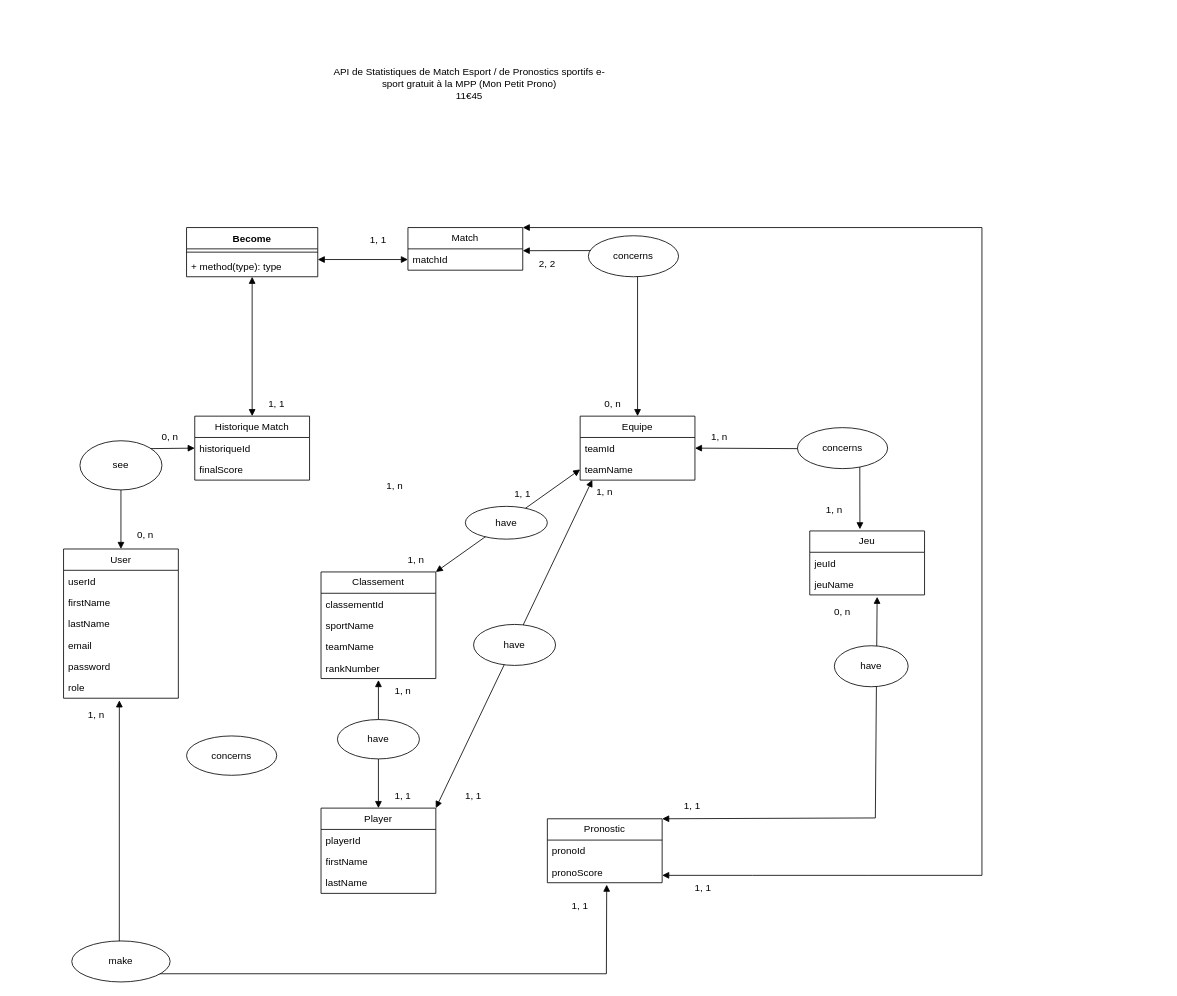
Earlier version of the draw.io diagram api/MCD API Statistiques Matchs Esport.drawio (Evan-Duval/Langage-PHP). Source tidied: cells renumbered, new cells numbered last; positions are measured from the earlier drawing's top-left corner, leaving out a move shared by most shapes. Both pictures are drawn from the tidied source at 82%, with x=0, y=0 at pixel (63, 14).
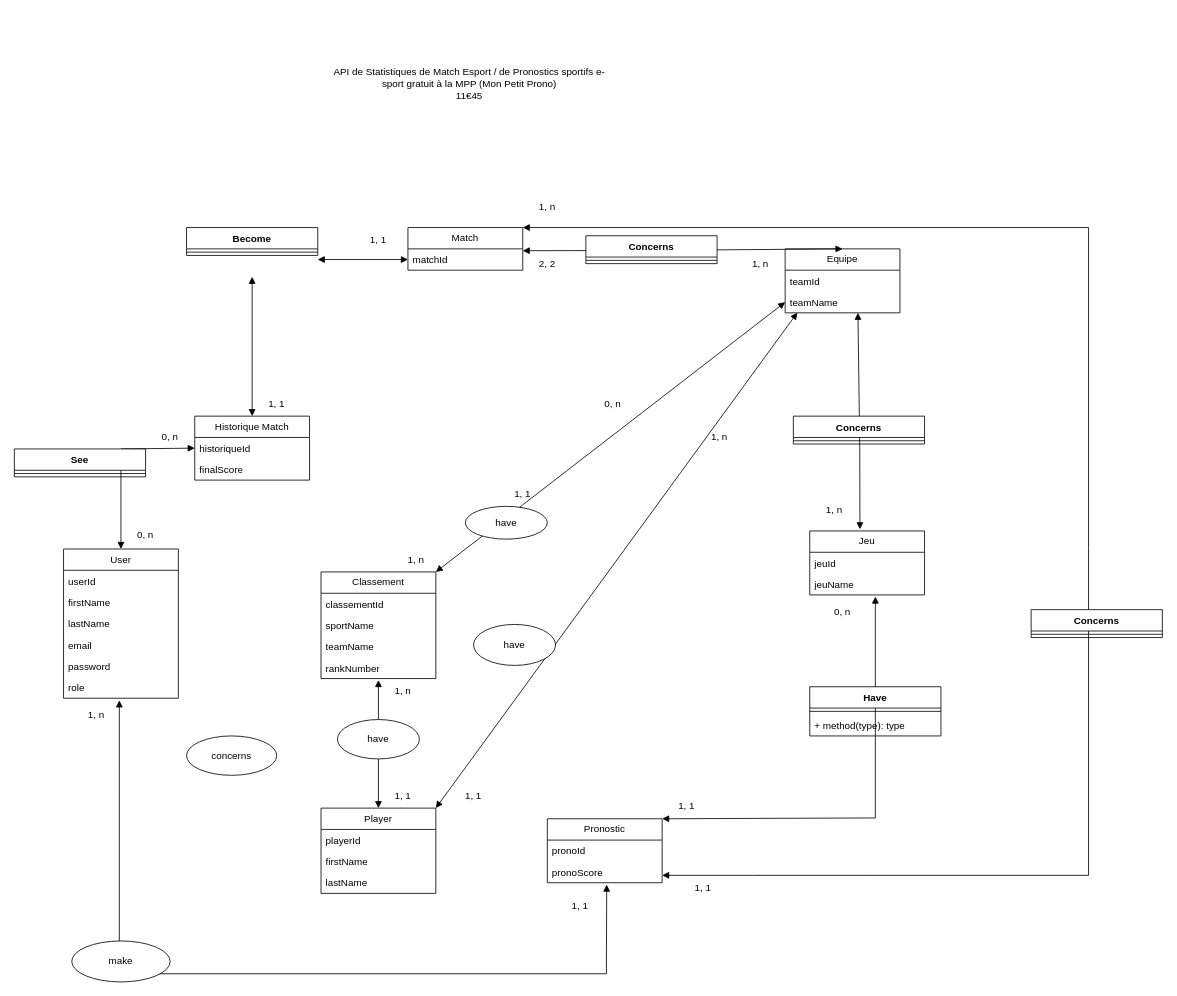
The same diagram, later.

Commit message (it also covers changes not shown here):
Mettre à jour MCD API Statistiques Matchs Esport.drawio

Unchanged cells that the change refers to:
```xml
<mxCell id="10" value="Historique Match" style="swimlane;fontStyle=0;horizontal=1;startSize=26;fillColor=none;whiteSpace=wrap;html=1;" parent="1" vertex="1">
  <mxGeometry x="160" y="490" width="140" height="78" as="geometry" />
</mxCell>
<mxCell id="18" value="Jeu" style="swimlane;fontStyle=0;horizontal=1;startSize=26;fillColor=none;whiteSpace=wrap;html=1;" parent="1" vertex="1">
  <mxGeometry x="910" y="630" width="140" height="78" as="geometry" />
</mxCell>
<mxCell id="20" value="jeuName" style="text;strokeColor=none;fillColor=none;align=left;verticalAlign=top;spacingLeft=4;spacingRight=4;overflow=hidden;points=[[0,0.5],[1,0.5]];portConstraint=eastwest;whiteSpace=wrap;html=1;" parent="18" vertex="1">
  <mxGeometry y="52" width="140" height="26" as="geometry" />
</mxCell>
<mxCell id="22" value="teamId" style="text;strokeColor=none;fillColor=none;align=left;verticalAlign=top;spacingLeft=4;spacingRight=4;overflow=hidden;points=[[0,0.5],[1,0.5]];portConstraint=eastwest;whiteSpace=wrap;html=1;" parent="21" vertex="1">
  <mxGeometry y="26" width="140" height="26" as="geometry" />
</mxCell>
<mxCell id="23" value="teamName" style="text;strokeColor=none;fillColor=none;align=left;verticalAlign=top;spacingLeft=4;spacingRight=4;overflow=hidden;points=[[0,0.5],[1,0.5]];portConstraint=eastwest;whiteSpace=wrap;html=1;" parent="21" vertex="1">
  <mxGeometry y="52" width="140" height="26" as="geometry" />
</mxCell>
<mxCell id="31" value="Match" style="swimlane;fontStyle=0;horizontal=1;startSize=26;fillColor=none;whiteSpace=wrap;html=1;" parent="1" vertex="1">
  <mxGeometry x="420" y="260" width="140" height="52" as="geometry" />
</mxCell>
```

Diff of the diagram source:
```diff
@@
     <mxCell id="21" value="Equipe" style="swimlane;fontStyle=0;horizontal=1;startSize=26;fillColor=none;whiteSpace=wrap;html=1;" parent="1" vertex="1">
-      <mxGeometry x="630" y="490" width="140" height="78" as="geometry" />
+      <mxGeometry x="880" y="286" width="140" height="78" as="geometry" />
     </mxCell>
@@
-    <mxCell id="33" style="endArrow=block;startArrow=block;endFill=1;startFill=1;html=1;rounded=0;exitX=1;exitY=0.5;exitDx=0;exitDy=0;entryX=0.437;entryY=-0.026;entryDx=0;entryDy=0;entryPerimeter=0;" parent="1" edge="1" source="22" target="18">
+    <mxCell id="33" style="endArrow=block;startArrow=block;endFill=1;startFill=1;html=1;rounded=0;exitX=0.634;exitY=0.998;exitDx=0;exitDy=0;entryX=0.437;entryY=-0.026;entryDx=0;entryDy=0;entryPerimeter=0;exitPerimeter=0;" parent="1" edge="1" source="23" target="18">
       <mxGeometry relative="1" as="geometry">
         <Array as="points">
           <mxPoint x="971" y="530" />
         </Array>
       </mxGeometry>
     </mxCell>
-    <mxCell id="34" value="concerns" style="ellipse;whiteSpace=wrap;html=1;" parent="1" vertex="1">
-      <mxGeometry x="895" y="504" width="110" height="50" as="geometry" />
-    </mxCell>
@@
-    <mxCell id="36" value="see" style="ellipse;whiteSpace=wrap;html=1;" parent="1" vertex="1">
-      <mxGeometry x="20" y="520" width="100" height="60" as="geometry" />
-    </mxCell>
@@
-    <mxCell id="38" style="endArrow=block;startArrow=block;endFill=1;startFill=1;html=1;rounded=0;exitX=0.587;exitY=1.088;exitDx=0;exitDy=0;exitPerimeter=0;" parent="1" edge="1" source="20">
+    <mxCell id="38" style="endArrow=block;startArrow=block;endFill=1;startFill=1;html=1;rounded=0;" parent="1" edge="1">
       <mxGeometry relative="1" as="geometry">
+        <mxPoint x="990" y="710" as="sourcePoint" />
         <mxPoint x="730" y="981" as="targetPoint" />
         <Array as="points">
           <mxPoint x="990" y="980" />
         </Array>
       </mxGeometry>
     </mxCell>
@@
-    <mxCell id="41" value="have" style="ellipse;whiteSpace=wrap;html=1;" parent="1" vertex="1">
-      <mxGeometry x="940" y="770" width="90" height="50" as="geometry" />
-    </mxCell>
@@
     <mxCell id="48" style="endArrow=block;startArrow=block;endFill=1;startFill=1;html=1;rounded=0;exitX=1;exitY=0;exitDx=0;exitDy=0;" parent="1" edge="1" source="31">
       <mxGeometry relative="1" as="geometry">
         <mxPoint x="730" y="1050" as="targetPoint" />
         <Array as="points">
-          <mxPoint x="1120" y="260" />
-          <mxPoint x="1120" y="1050" />
+          <mxPoint x="1250" y="260" />
+          <mxPoint x="1250" y="650" />
+          <mxPoint x="1250" y="1050" />
           <mxPoint x="980" y="1050" />
           <mxPoint x="840" y="1050" />
         </Array>
       </mxGeometry>
     </mxCell>
@@
     <mxCell id="52" value="1, 1" style="text;html=1;align=center;verticalAlign=middle;whiteSpace=wrap;rounded=0;" parent="1" vertex="1">
-      <mxGeometry x="737" y="951" width="60" height="30" as="geometry" />
+      <mxGeometry x="730" y="951" width="60" height="30" as="geometry" />
     </mxCell>
@@
     <mxCell id="62" value="1, n" style="text;html=1;align=center;verticalAlign=middle;whiteSpace=wrap;rounded=0;" parent="1" vertex="1">
-      <mxGeometry x="374" y="560" width="60" height="30" as="geometry" />
+      <mxGeometry x="560" y="220" width="60" height="30" as="geometry" />
     </mxCell>
@@
     <mxCell id="65" value="1, n" style="text;html=1;align=center;verticalAlign=middle;whiteSpace=wrap;rounded=0;" parent="1" vertex="1">
-      <mxGeometry x="630" y="568" width="60" height="30" as="geometry" />
+      <mxGeometry x="820" y="290" width="60" height="30" as="geometry" />
     </mxCell>
@@
-    <mxCell id="70" value="concerns" style="ellipse;whiteSpace=wrap;html=1;" parent="1" vertex="1">
-      <mxGeometry x="640" y="270" width="110" height="50" as="geometry" />
-    </mxCell>
     <mxCell id="71" value="Become" style="swimlane;fontStyle=1;align=center;verticalAlign=top;horizontal=1;startSize=26;whiteSpace=wrap;html=1;" parent="1" vertex="1">
-      <mxGeometry x="150" y="260" width="160" height="60" as="geometry" />
+      <mxGeometry x="150" y="260" width="160" height="34" as="geometry" />
     </mxCell>
@@
-    <mxCell id="73" value="+ method(type): type" style="text;strokeColor=none;fillColor=none;align=left;verticalAlign=top;spacingLeft=4;spacingRight=4;overflow=hidden;points=[[0,0.5],[1,0.5]];portConstraint=eastwest;whiteSpace=wrap;html=1;" parent="71" vertex="1">
-      <mxGeometry y="34" width="160" height="26" as="geometry" />
-    </mxCell>
@@
-    <mxCell id="75" style="endArrow=block;startArrow=block;endFill=1;startFill=1;html=1;rounded=0;entryX=0.5;entryY=0;entryDx=0;entryDy=0;" parent="1" edge="1" source="73" target="10">
-      <mxGeometry relative="1" as="geometry" />
+    <mxCell id="75" style="endArrow=block;startArrow=block;endFill=1;startFill=1;html=1;rounded=0;entryX=0.5;entryY=0;entryDx=0;entryDy=0;" parent="1" edge="1" target="10">
+      <mxGeometry relative="1" as="geometry">
+        <mxPoint x="230" y="320" as="sourcePoint" />
+      </mxGeometry>
     </mxCell>
+    <mxCell id="76" value="Concerns" style="swimlane;fontStyle=1;align=center;verticalAlign=top;horizontal=1;startSize=26;whiteSpace=wrap;html=1;" parent="1" vertex="1">
+      <mxGeometry x="637" y="270" width="160" height="34" as="geometry" />
+    </mxCell>
+    <mxCell id="77" style="line;strokeWidth=1;fillColor=none;align=left;verticalAlign=middle;spacingTop=-1;spacingLeft=3;spacingRight=3;labelPosition=right;strokeColor=inherit;" parent="76" vertex="1">
+      <mxGeometry y="26" width="160" height="8" as="geometry" />
+    </mxCell>
+    <mxCell id="78" value="Concerns" style="swimlane;fontStyle=1;align=center;verticalAlign=top;horizontal=1;startSize=26;whiteSpace=wrap;html=1;" parent="1" vertex="1">
+      <mxGeometry x="890" y="490" width="160" height="34" as="geometry" />
+    </mxCell>
+    <mxCell id="79" style="line;strokeWidth=1;fillColor=none;align=left;verticalAlign=middle;spacingTop=-1;spacingLeft=3;spacingRight=3;labelPosition=right;strokeColor=inherit;" parent="78" vertex="1">
+      <mxGeometry y="26" width="160" height="8" as="geometry" />
+    </mxCell>
+    <mxCell id="80" value="Have" style="swimlane;fontStyle=1;align=center;verticalAlign=top;horizontal=1;startSize=26;whiteSpace=wrap;html=1;" parent="1" vertex="1">
+      <mxGeometry x="910" y="820" width="160" height="60" as="geometry" />
+    </mxCell>
+    <mxCell id="81" style="line;strokeWidth=1;fillColor=none;align=left;verticalAlign=middle;spacingTop=-1;spacingLeft=3;spacingRight=3;labelPosition=right;strokeColor=inherit;" parent="80" vertex="1">
+      <mxGeometry y="26" width="160" height="8" as="geometry" />
+    </mxCell>
+    <mxCell id="73" value="+ method(type): type" style="text;strokeColor=none;fillColor=none;align=left;verticalAlign=top;spacingLeft=4;spacingRight=4;overflow=hidden;points=[[0,0.5],[1,0.5]];portConstraint=eastwest;whiteSpace=wrap;html=1;" parent="80" vertex="1">
+      <mxGeometry y="34" width="160" height="26" as="geometry" />
+    </mxCell>
+    <mxCell id="82" value="See" style="swimlane;fontStyle=1;align=center;verticalAlign=top;horizontal=1;startSize=26;whiteSpace=wrap;html=1;" parent="1" vertex="1">
+      <mxGeometry x="-60" y="530" width="160" height="34" as="geometry" />
+    </mxCell>
+    <mxCell id="83" style="line;strokeWidth=1;fillColor=none;align=left;verticalAlign=middle;spacingTop=-1;spacingLeft=3;spacingRight=3;labelPosition=right;strokeColor=inherit;" parent="82" vertex="1">
+      <mxGeometry y="26" width="160" height="8" as="geometry" />
+    </mxCell>
+    <mxCell id="84" value="Concerns" style="swimlane;fontStyle=1;align=center;verticalAlign=top;horizontal=1;startSize=26;whiteSpace=wrap;html=1;" parent="1" vertex="1">
+      <mxGeometry x="1180" y="726" width="160" height="34" as="geometry" />
+    </mxCell>
+    <mxCell id="85" style="line;strokeWidth=1;fillColor=none;align=left;verticalAlign=middle;spacingTop=-1;spacingLeft=3;spacingRight=3;labelPosition=right;strokeColor=inherit;" parent="84" vertex="1">
+      <mxGeometry y="26" width="160" height="8" as="geometry" />
+    </mxCell>
```
